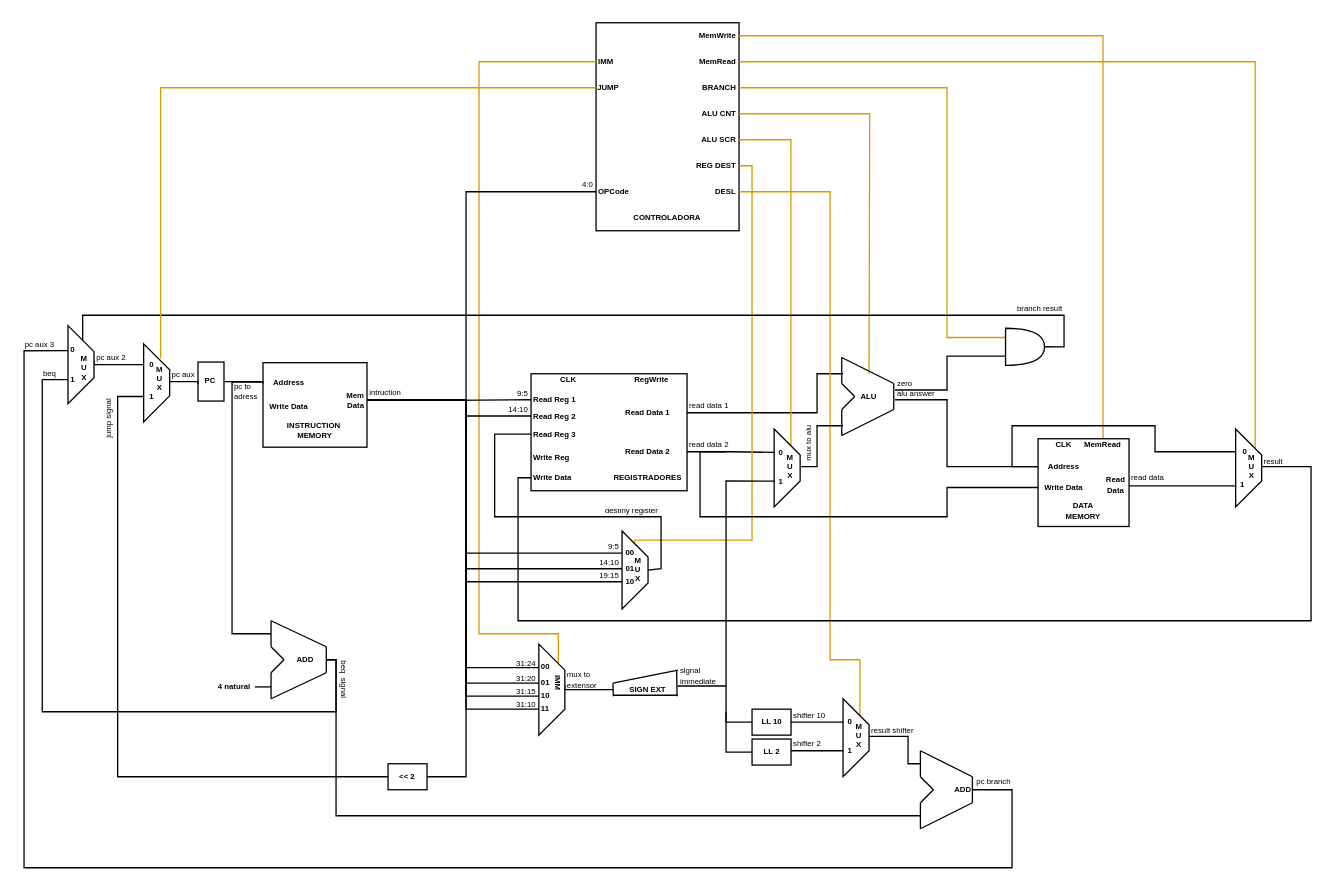
RodolfoLessa/risc-v_basead_CPU keeps this draw.io diagram as Data Path.drawio. Above is the earlier version. Source tidied: cells renumbered, new cells numbered last; positions are measured from the earlier drawing's top-left corner, leaving out a move shared by most shapes. Both pictures are drawn from the tidied source at 130%, with x=0, y=0 at pixel (22, 22).
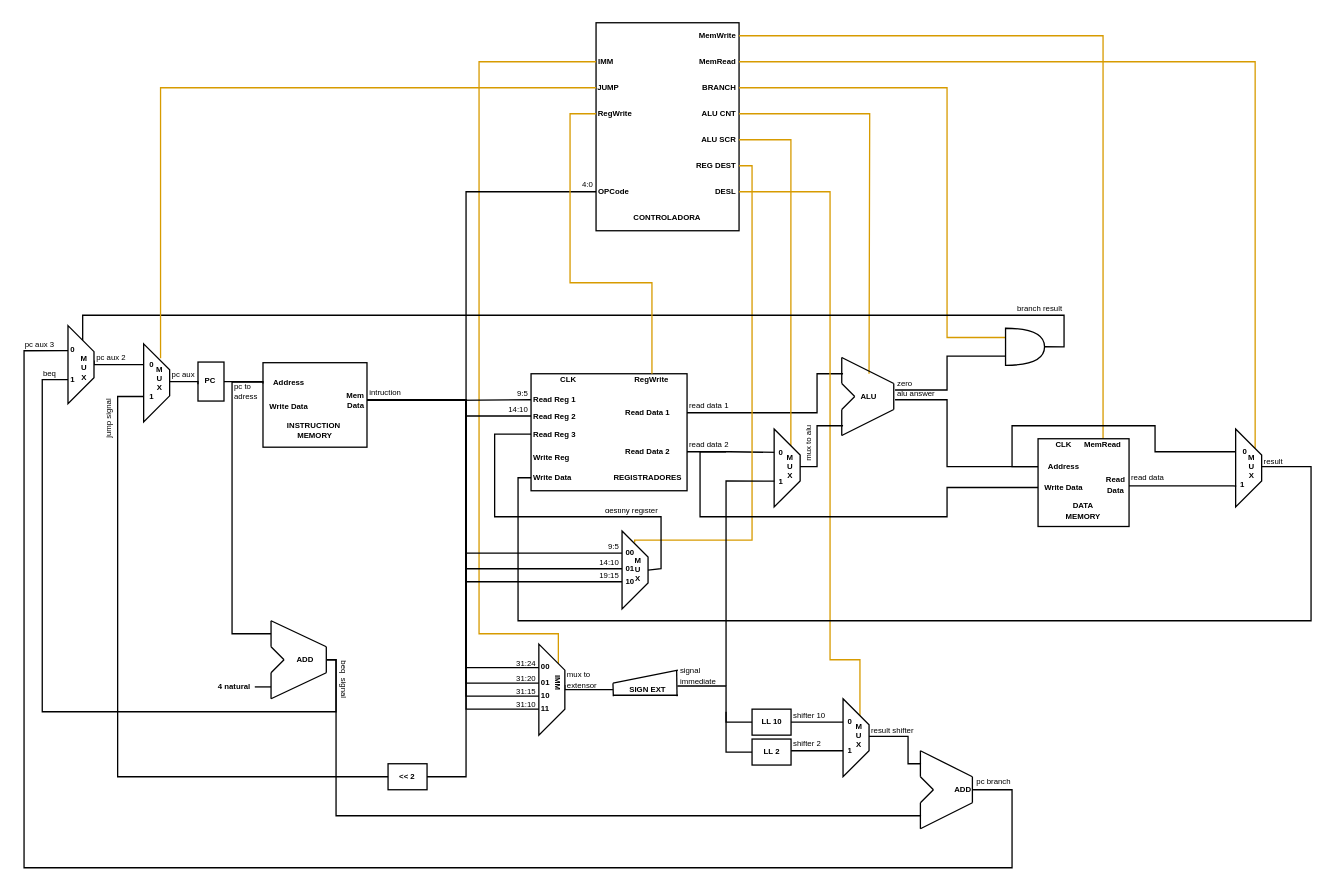
Above is the later version.

Commit message:
adicionado regwrite na controladora

Unchanged cells that the change refers to:
```xml
<mxCell id="11" value="RegWrite" style="text;html=1;strokeColor=none;fillColor=none;align=center;verticalAlign=middle;whiteSpace=wrap;rounded=0;fontSize=6;fontStyle=1;" parent="1" vertex="1">
  <mxGeometry x="461" y="270" width="46" height="10" as="geometry" />
</mxCell>
```

Diff of the diagram source:
```diff
@@
+    <mxCell id="189" style="edgeStyle=orthogonalEdgeStyle;rounded=0;jettySize=auto;html=1;entryX=0.5;entryY=0;entryDx=0;entryDy=0;endArrow=none;endFill=0;fillColor=#ffe6cc;strokeColor=#d79b00;" parent="1" edge="1" source="190" target="11">
+      <mxGeometry relative="1" as="geometry">
+        <Array as="points">
+          <mxPoint x="421" y="70" />
+          <mxPoint x="421" y="200" />
+          <mxPoint x="484" y="200" />
+        </Array>
+      </mxGeometry>
+    </mxCell>
+    <mxCell id="190" value="RegWrite" style="text;html=1;strokeColor=none;fillColor=none;align=right;verticalAlign=middle;whiteSpace=wrap;rounded=0;fontSize=6;fontStyle=1;" parent="1" vertex="1">
+      <mxGeometry x="441" y="60" width="30" height="20" as="geometry" />
+    </mxCell>
```
